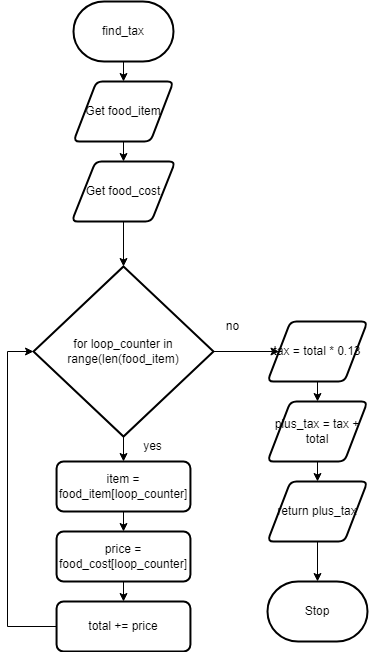
Above: Draw.io/Flowchart.png in Peter-Gemmell/ICS3U-Assignment-7-Python (draw.io), before the change. Source tidied: cells renumbered, new cells last; positions are measured from the earlier drawing's top-left corner, leaving out a move shared by most shapes. Source of this version:
```xml
<mxGraphModel>
  <root>
    <mxCell id="0" />
    <mxCell id="1" parent="0" />
    <mxCell id="2" style="edgeStyle=none;html=1;exitX=0.5;exitY=1;exitDx=0;exitDy=0;exitPerimeter=0;entryX=0.5;entryY=0;entryDx=0;entryDy=0;" parent="1" edge="1" source="3" target="7">
      <mxGeometry relative="1" as="geometry" />
    </mxCell>
    <mxCell id="3" value="find_tax" style="strokeWidth=2;html=1;shape=mxgraph.flowchart.terminator;whiteSpace=wrap;" parent="1" vertex="1">
      <mxGeometry x="66" width="100" height="60" as="geometry" />
    </mxCell>
    <mxCell id="4" value="Stop" style="strokeWidth=2;html=1;shape=mxgraph.flowchart.terminator;whiteSpace=wrap;" parent="1" vertex="1">
      <mxGeometry x="260" y="580" width="100" height="60" as="geometry" />
    </mxCell>
    <mxCell id="5" style="edgeStyle=none;html=1;exitX=0.5;exitY=1;exitDx=0;exitDy=0;entryX=0.5;entryY=0;entryDx=0;entryDy=0;entryPerimeter=0;" parent="1" edge="1" target="10">
      <mxGeometry relative="1" as="geometry">
        <mxPoint x="116" y="215" as="sourcePoint" />
      </mxGeometry>
    </mxCell>
    <mxCell id="6" style="edgeStyle=none;html=1;exitX=0.5;exitY=1;exitDx=0;exitDy=0;entryX=0.5;entryY=0;entryDx=0;entryDy=0;" parent="1" edge="1" source="7" target="17">
      <mxGeometry relative="1" as="geometry" />
    </mxCell>
    <mxCell id="7" value="Get food_item" style="shape=parallelogram;html=1;strokeWidth=2;perimeter=parallelogramPerimeter;whiteSpace=wrap;rounded=1;arcSize=12;size=0.23;" parent="1" vertex="1">
      <mxGeometry x="66" y="80" width="100" height="60" as="geometry" />
    </mxCell>
    <mxCell id="8" style="edgeStyle=none;html=1;exitX=0.5;exitY=1;exitDx=0;exitDy=0;exitPerimeter=0;entryX=0.5;entryY=0;entryDx=0;entryDy=0;" parent="1" edge="1" source="10" target="12">
      <mxGeometry relative="1" as="geometry" />
    </mxCell>
    <mxCell id="9" style="edgeStyle=none;rounded=0;html=1;exitX=1;exitY=0.5;exitDx=0;exitDy=0;exitPerimeter=0;entryX=0;entryY=0.5;entryDx=0;entryDy=0;" parent="1" edge="1" source="10" target="25">
      <mxGeometry relative="1" as="geometry" />
    </mxCell>
    <mxCell id="10" value="for loop_counter in range(len(food_item)" style="strokeWidth=2;html=1;shape=mxgraph.flowchart.decision;whiteSpace=wrap;" parent="1" vertex="1">
      <mxGeometry x="26" y="265" width="180" height="170" as="geometry" />
    </mxCell>
    <mxCell id="11" style="edgeStyle=none;html=1;exitX=0.5;exitY=1;exitDx=0;exitDy=0;entryX=0.5;entryY=0;entryDx=0;entryDy=0;" parent="1" edge="1" source="12" target="19">
      <mxGeometry relative="1" as="geometry" />
    </mxCell>
    <mxCell id="12" value="item = food_item[loop_counter]" style="rounded=1;whiteSpace=wrap;html=1;absoluteArcSize=1;arcSize=14;strokeWidth=2;" parent="1" vertex="1">
      <mxGeometry x="49.1" y="460" width="133.9" height="50" as="geometry" />
    </mxCell>
    <mxCell id="13" style="edgeStyle=none;rounded=0;html=1;exitX=0.5;exitY=1;exitDx=0;exitDy=0;entryX=0.5;entryY=0;entryDx=0;entryDy=0;entryPerimeter=0;" parent="1" edge="1" source="14" target="4">
      <mxGeometry relative="1" as="geometry" />
    </mxCell>
    <mxCell id="14" value="return plus_tax" style="shape=parallelogram;html=1;strokeWidth=2;perimeter=parallelogramPerimeter;whiteSpace=wrap;rounded=1;arcSize=12;size=0.23;" parent="1" vertex="1">
      <mxGeometry x="260" y="480" width="100" height="60" as="geometry" />
    </mxCell>
    <mxCell id="15" value="yes" style="text;html=1;align=center;verticalAlign=middle;strokeColor=none;fillColor=none;" parent="1" vertex="1">
      <mxGeometry x="130" y="435" width="30" height="20" as="geometry" />
    </mxCell>
    <mxCell id="16" value="no" style="text;html=1;align=center;verticalAlign=middle;strokeColor=none;fillColor=none;" parent="1" vertex="1">
      <mxGeometry x="210" y="315" width="30" height="20" as="geometry" />
    </mxCell>
    <mxCell id="17" value="Get food_cost" style="shape=parallelogram;html=1;strokeWidth=2;perimeter=parallelogramPerimeter;whiteSpace=wrap;rounded=1;arcSize=12;size=0.23;" parent="1" vertex="1">
      <mxGeometry x="64.2" y="160" width="103.5" height="60" as="geometry" />
    </mxCell>
    <mxCell id="18" style="edgeStyle=none;html=1;exitX=0.5;exitY=1;exitDx=0;exitDy=0;entryX=0.5;entryY=0;entryDx=0;entryDy=0;" parent="1" edge="1" source="19" target="21">
      <mxGeometry relative="1" as="geometry" />
    </mxCell>
    <mxCell id="19" value="price = food_cost[loop_counter]" style="rounded=1;whiteSpace=wrap;html=1;absoluteArcSize=1;arcSize=14;strokeWidth=2;" parent="1" vertex="1">
      <mxGeometry x="49.1" y="530" width="133.9" height="50" as="geometry" />
    </mxCell>
    <mxCell id="20" style="edgeStyle=none;html=1;entryX=0;entryY=0.5;entryDx=0;entryDy=0;entryPerimeter=0;rounded=0;" parent="1" edge="1" source="21" target="10">
      <mxGeometry relative="1" as="geometry">
        <Array as="points">
          <mxPoint y="625" />
          <mxPoint y="350" />
        </Array>
      </mxGeometry>
    </mxCell>
    <mxCell id="21" value="total += price" style="rounded=1;whiteSpace=wrap;html=1;absoluteArcSize=1;arcSize=14;strokeWidth=2;" parent="1" vertex="1">
      <mxGeometry x="49.1" y="600" width="133.9" height="50" as="geometry" />
    </mxCell>
    <mxCell id="22" style="edgeStyle=none;rounded=0;html=1;exitX=0.5;exitY=1;exitDx=0;exitDy=0;entryX=0.5;entryY=0;entryDx=0;entryDy=0;" parent="1" edge="1" source="23" target="14">
      <mxGeometry relative="1" as="geometry" />
    </mxCell>
    <mxCell id="23" value="plus_tax = tax + total" style="shape=parallelogram;html=1;strokeWidth=2;perimeter=parallelogramPerimeter;whiteSpace=wrap;rounded=1;arcSize=12;size=0.23;" parent="1" vertex="1">
      <mxGeometry x="260" y="400" width="100" height="60" as="geometry" />
    </mxCell>
    <mxCell id="24" style="edgeStyle=none;rounded=0;html=1;exitX=0.5;exitY=1;exitDx=0;exitDy=0;entryX=0.5;entryY=0;entryDx=0;entryDy=0;" parent="1" edge="1" source="25" target="23">
      <mxGeometry relative="1" as="geometry" />
    </mxCell>
    <mxCell id="25" value="tax = total * 0.13" style="shape=parallelogram;html=1;strokeWidth=2;perimeter=parallelogramPerimeter;whiteSpace=wrap;rounded=1;arcSize=12;size=0.23;" parent="1" vertex="1">
      <mxGeometry x="260" y="320" width="100" height="60" as="geometry" />
    </mxCell>
  </root>
</mxGraphModel>
```
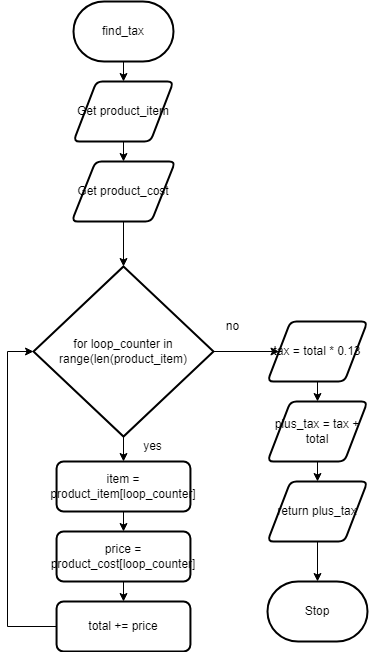
After the change.

The edit, as a diff of the source:
```diff
@@ -19,7 +19,7 @@
     <mxCell id="6" style="edgeStyle=none;html=1;exitX=0.5;exitY=1;exitDx=0;exitDy=0;entryX=0.5;entryY=0;entryDx=0;entryDy=0;" parent="1" edge="1" source="7" target="17">
       <mxGeometry relative="1" as="geometry" />
     </mxCell>
-    <mxCell id="7" value="Get food_item" style="shape=parallelogram;html=1;strokeWidth=2;perimeter=parallelogramPerimeter;whiteSpace=wrap;rounded=1;arcSize=12;size=0.23;" parent="1" vertex="1">
+    <mxCell id="7" value="Get product_item" style="shape=parallelogram;html=1;strokeWidth=2;perimeter=parallelogramPerimeter;whiteSpace=wrap;rounded=1;arcSize=12;size=0.23;" parent="1" vertex="1">
       <mxGeometry x="66" y="80" width="100" height="60" as="geometry" />
     </mxCell>
     <mxCell id="8" style="edgeStyle=none;html=1;exitX=0.5;exitY=1;exitDx=0;exitDy=0;exitPerimeter=0;entryX=0.5;entryY=0;entryDx=0;entryDy=0;" parent="1" edge="1" source="10" target="12">
@@ -28,13 +28,13 @@
     <mxCell id="9" style="edgeStyle=none;rounded=0;html=1;exitX=1;exitY=0.5;exitDx=0;exitDy=0;exitPerimeter=0;entryX=0;entryY=0.5;entryDx=0;entryDy=0;" parent="1" edge="1" source="10" target="25">
       <mxGeometry relative="1" as="geometry" />
     </mxCell>
-    <mxCell id="10" value="for loop_counter in range(len(food_item)" style="strokeWidth=2;html=1;shape=mxgraph.flowchart.decision;whiteSpace=wrap;" parent="1" vertex="1">
+    <mxCell id="10" value="for loop_counter in range(len(product_item)" style="strokeWidth=2;html=1;shape=mxgraph.flowchart.decision;whiteSpace=wrap;" parent="1" vertex="1">
       <mxGeometry x="26" y="265" width="180" height="170" as="geometry" />
     </mxCell>
     <mxCell id="11" style="edgeStyle=none;html=1;exitX=0.5;exitY=1;exitDx=0;exitDy=0;entryX=0.5;entryY=0;entryDx=0;entryDy=0;" parent="1" edge="1" source="12" target="19">
       <mxGeometry relative="1" as="geometry" />
     </mxCell>
-    <mxCell id="12" value="item = food_item[loop_counter]" style="rounded=1;whiteSpace=wrap;html=1;absoluteArcSize=1;arcSize=14;strokeWidth=2;" parent="1" vertex="1">
+    <mxCell id="12" value="item = product_item[loop_counter]" style="rounded=1;whiteSpace=wrap;html=1;absoluteArcSize=1;arcSize=14;strokeWidth=2;" parent="1" vertex="1">
       <mxGeometry x="49.1" y="460" width="133.9" height="50" as="geometry" />
     </mxCell>
     <mxCell id="13" style="edgeStyle=none;rounded=0;html=1;exitX=0.5;exitY=1;exitDx=0;exitDy=0;entryX=0.5;entryY=0;entryDx=0;entryDy=0;entryPerimeter=0;" parent="1" edge="1" source="14" target="4">
@@ -49,13 +49,13 @@
     <mxCell id="16" value="no" style="text;html=1;align=center;verticalAlign=middle;strokeColor=none;fillColor=none;" parent="1" vertex="1">
       <mxGeometry x="210" y="315" width="30" height="20" as="geometry" />
     </mxCell>
-    <mxCell id="17" value="Get food_cost" style="shape=parallelogram;html=1;strokeWidth=2;perimeter=parallelogramPerimeter;whiteSpace=wrap;rounded=1;arcSize=12;size=0.23;" parent="1" vertex="1">
+    <mxCell id="17" value="Get product_cost" style="shape=parallelogram;html=1;strokeWidth=2;perimeter=parallelogramPerimeter;whiteSpace=wrap;rounded=1;arcSize=12;size=0.23;" parent="1" vertex="1">
       <mxGeometry x="64.2" y="160" width="103.5" height="60" as="geometry" />
     </mxCell>
     <mxCell id="18" style="edgeStyle=none;html=1;exitX=0.5;exitY=1;exitDx=0;exitDy=0;entryX=0.5;entryY=0;entryDx=0;entryDy=0;" parent="1" edge="1" source="19" target="21">
       <mxGeometry relative="1" as="geometry" />
     </mxCell>
-    <mxCell id="19" value="price = food_cost[loop_counter]" style="rounded=1;whiteSpace=wrap;html=1;absoluteArcSize=1;arcSize=14;strokeWidth=2;" parent="1" vertex="1">
+    <mxCell id="19" value="price = product_cost[loop_counter]" style="rounded=1;whiteSpace=wrap;html=1;absoluteArcSize=1;arcSize=14;strokeWidth=2;" parent="1" vertex="1">
       <mxGeometry x="49.1" y="530" width="133.9" height="50" as="geometry" />
     </mxCell>
     <mxCell id="20" style="edgeStyle=none;html=1;entryX=0;entryY=0.5;entryDx=0;entryDy=0;entryPerimeter=0;rounded=0;" parent="1" edge="1" source="21" target="10">
```
